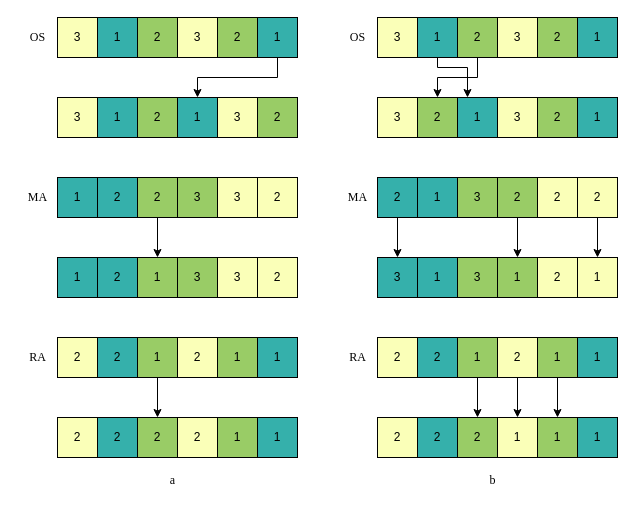
Earlier version of the draw.io diagram mutation2.2.drawio (aslongaslihappy/algorithm). Source tidied: cells renumbered, new cells numbered last; positions are measured from the earlier drawing's top-left corner, leaving out a move shared by most shapes. Both pictures are drawn from the tidied source at 100%, with x=0, y=0 at pixel (17, 17).
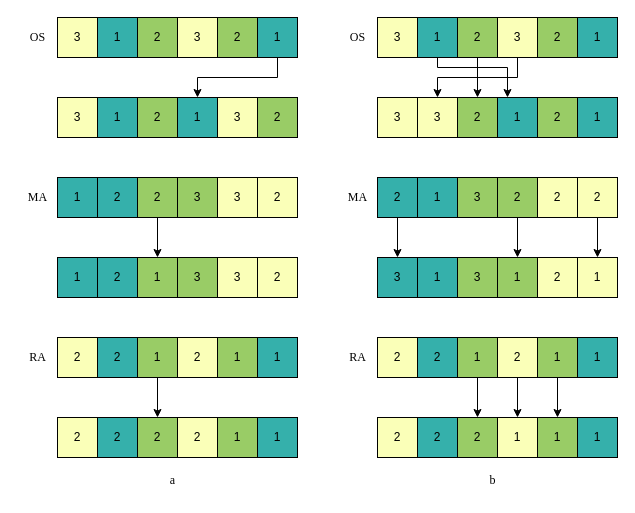
The same page after the edit.

Unchanged cells that the change refers to:
```xml
<mxCell id="17" value="1" style="whiteSpace=wrap;html=1;fillColor=#35B0AB;" parent="1" vertex="1">
  <mxGeometry x="400" width="40" height="40" as="geometry" />
</mxCell>
<mxCell id="20" value="3" style="whiteSpace=wrap;html=1;fillColor=#FAFFB8;" parent="1" vertex="1">
  <mxGeometry x="480" width="40" height="40" as="geometry" />
</mxCell>
```

The edit, as a diff of the source:
```diff
@@
     <mxCell id="16" style="edgeStyle=orthogonalEdgeStyle;rounded=0;jettySize=auto;html=1;exitX=0.5;exitY=1;exitDx=0;exitDy=0;entryX=0.25;entryY=0;entryDx=0;entryDy=0;" parent="1" edge="1" source="17" target="25">
       <mxGeometry relative="1" as="geometry">
         <Array as="points">
           <mxPoint x="420" y="50" />
-          <mxPoint x="450" y="50" />
+          <mxPoint x="490" y="50" />
         </Array>
       </mxGeometry>
     </mxCell>
@@
+    <mxCell id="93" style="edgeStyle=orthogonalEdgeStyle;rounded=0;jettySize=auto;html=1;exitX=0.5;exitY=1;exitDx=0;exitDy=0;entryX=0.5;entryY=0;entryDx=0;entryDy=0;" parent="1" edge="1" source="20" target="26">
+      <mxGeometry relative="1" as="geometry" />
+    </mxCell>
@@
     <mxCell id="24" value="2" style="whiteSpace=wrap;html=1;fillColor=#99CC66;" parent="1" vertex="1">
-      <mxGeometry x="400" y="80" width="40" height="40" as="geometry" />
+      <mxGeometry x="440" y="80" width="40" height="40" as="geometry" />
     </mxCell>
     <mxCell id="25" value="1" style="whiteSpace=wrap;html=1;fillColor=#35B0AB;" parent="1" vertex="1">
-      <mxGeometry x="440" y="80" width="40" height="40" as="geometry" />
+      <mxGeometry x="480" y="80" width="40" height="40" as="geometry" />
     </mxCell>
     <mxCell id="26" value="3" style="whiteSpace=wrap;html=1;fillColor=#FAFFB8;" parent="1" vertex="1">
-      <mxGeometry x="480" y="80" width="40" height="40" as="geometry" />
+      <mxGeometry x="400" y="80" width="40" height="40" as="geometry" />
     </mxCell>
```
